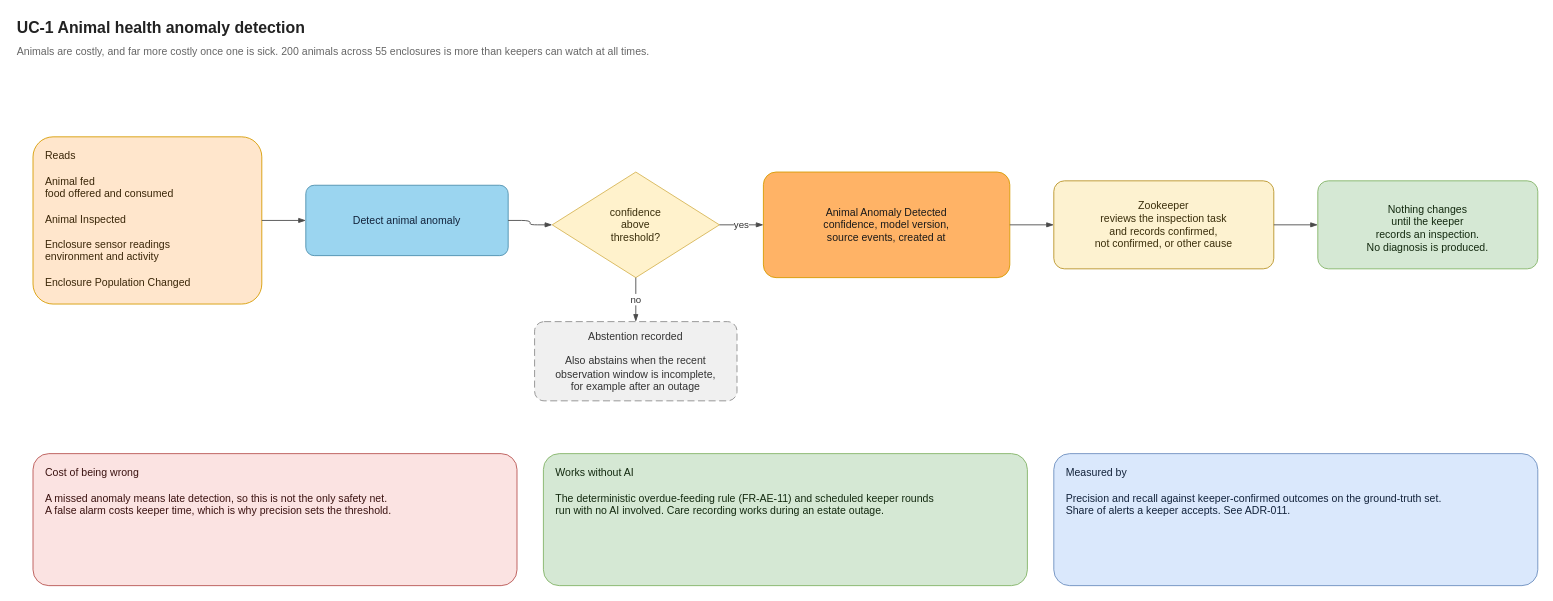
malloc37/ByteDojoArchiKata2026 keeps this draw.io diagram as page "UC-1 Animal health anomaly" (2 of 4) of diagrams/ai-decision-support.drawio. Above is the earlier version. Source tidied: cells renumbered, new cells numbered last; positions are measured from the earlier drawing's top-left corner, leaving out a move shared by most shapes. Both pictures are drawn from the tidied source at 88%, with x=0, y=0 at pixel (15, 15).
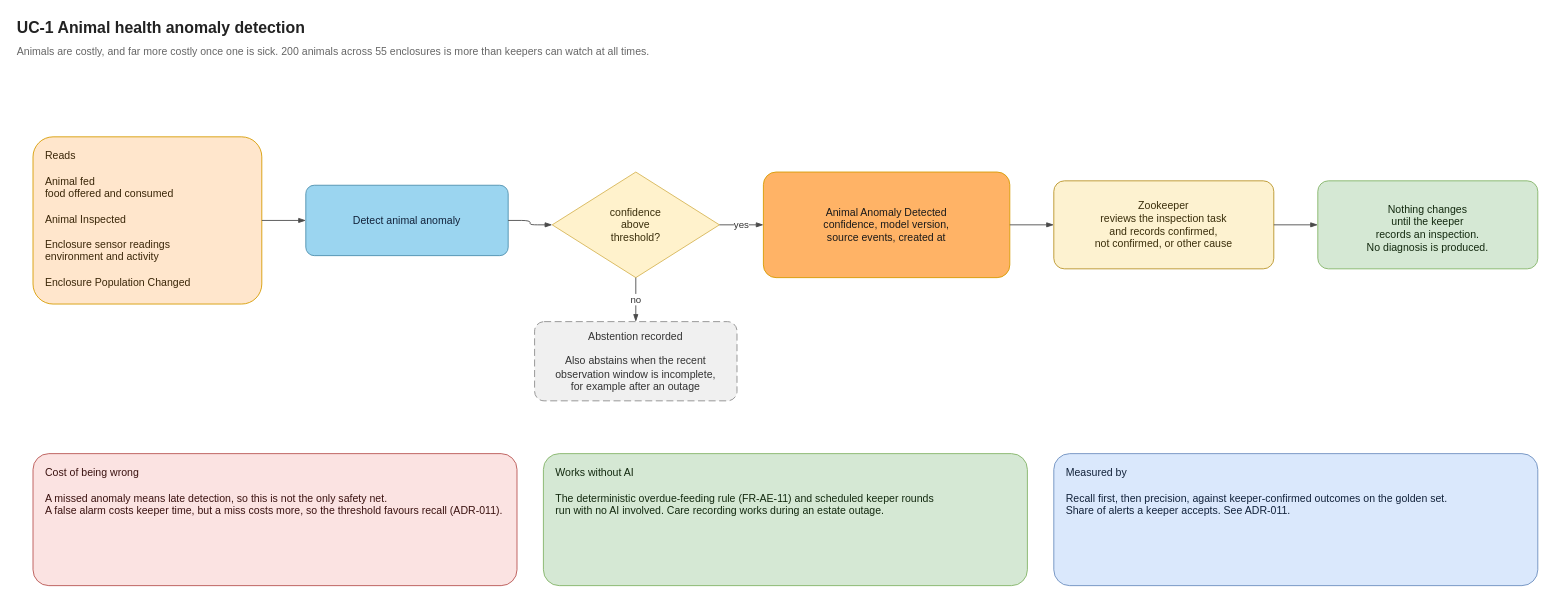
The same diagram, later.

Change to the diagram source:
```diff
@@
 <mxGraphModel>
   <root>
     <mxCell id="0" />
     <mxCell id="1" parent="0" />
     <mxCell id="2" value="UC-1  Animal health anomaly detection" style="text;html=1;align=left;verticalAlign=middle;fontSize=18;fontStyle=1;fontColor=#222222;" parent="1" vertex="1">
       <mxGeometry width="1400" height="30" as="geometry" />
     </mxCell>
     <mxCell id="3" value="Animals are costly, and far more costly once one is sick. 200 animals across 55 enclosures is more than keepers can watch at all times." style="text;html=1;align=left;verticalAlign=middle;fontSize=12;fontColor=#666666;" parent="1" vertex="1">
       <mxGeometry y="30" width="1500" height="22" as="geometry" />
     </mxCell>
     <mxCell id="4" value="Reads&#10;&#10;Animal fed&#10;food offered and consumed&#10;&#10;Animal Inspected&#10;&#10;Enclosure sensor readings&#10;environment and activity&#10;&#10;Enclosure Population Changed" style="rounded=1;whiteSpace=wrap;html=1;arcSize=12;fontSize=12;verticalAlign=middle;fillColor=#FFE6CC;strokeColor=#D79B00;fontColor=#3A2608;align=left;spacingLeft=12;verticalAlign=top;spacingTop=8;" parent="1" vertex="1">
       <mxGeometry x="20" y="138" width="260" height="190" as="geometry" />
     </mxCell>
     <mxCell id="5" value="Detect animal anomaly" style="rounded=1;whiteSpace=wrap;html=1;arcSize=12;fontSize=12;verticalAlign=middle;fillColor=#9BD5F0;strokeColor=#4D8FAD;fontColor=#12223A;" parent="1" vertex="1">
       <mxGeometry x="330" y="193" width="230" height="80" as="geometry" />
     </mxCell>
     <mxCell id="6" value="confidence&#10;above&#10;threshold?" style="rhombus;whiteSpace=wrap;html=1;fontSize=12;fillColor=#FFF2CC;strokeColor=#D6B656;fontColor=#3A2E0B;" parent="1" vertex="1">
       <mxGeometry x="610" y="178" width="190" height="120" as="geometry" />
     </mxCell>
     <mxCell id="7" value="Abstention recorded&#10;&#10;Also abstains when the recent&#10;observation window is incomplete,&#10;for example after an outage" style="rounded=1;whiteSpace=wrap;html=1;arcSize=12;fontSize=12;verticalAlign=middle;fillColor=#F0F0F0;strokeColor=#8C8C8C;fontColor=#333333;dashed=1;dashPattern=8 4;" parent="1" vertex="1">
       <mxGeometry x="590" y="348" width="230" height="90" as="geometry" />
     </mxCell>
     <mxCell id="8" value="Animal Anomaly Detected&#10;confidence, model version,&#10;source events, created at" style="rounded=1;whiteSpace=wrap;html=1;arcSize=12;fontSize=12;verticalAlign=middle;fillColor=#FFB366;strokeColor=#D79B00;fontColor=#1a1a1a;" parent="1" vertex="1">
       <mxGeometry x="850" y="178" width="280" height="120" as="geometry" />
     </mxCell>
     <mxCell id="9" value="Zookeeper&#10;reviews the inspection task&#10;and records confirmed,&#10;not confirmed, or other cause" style="rounded=1;whiteSpace=wrap;html=1;arcSize=12;fontSize=12;verticalAlign=middle;fillColor=#FDF2D0;strokeColor=#B99326;fontColor=#3A2E0B;" parent="1" vertex="1">
       <mxGeometry x="1180" y="188" width="250" height="100" as="geometry" />
     </mxCell>
     <mxCell id="10" value="Nothing changes&#10;until the keeper&#10;records an inspection.&#10;No diagnosis is produced." style="rounded=1;whiteSpace=wrap;html=1;arcSize=12;fontSize=12;verticalAlign=middle;fillColor=#D5E8D4;strokeColor=#82B366;fontColor=#13290F;align=left;spacingLeft=12;verticalAlign=top;spacingTop=8;align=center;verticalAlign=middle;spacingLeft=0;" parent="1" vertex="1">
       <mxGeometry x="1480" y="188" width="250" height="100" as="geometry" />
     </mxCell>
     <mxCell id="11" style="edgeStyle=orthogonalEdgeStyle;rounded=1;html=1;fontSize=11;endArrow=blockThin;endFill=1;strokeColor=#4A4A4A;labelBackgroundColor=#FFFFFF;fontColor=#333333;exitX=1;exitY=0.5;entryX=0;entryY=0.5;" parent="1" edge="1" source="4" target="5">
       <mxGeometry relative="1" as="geometry" />
     </mxCell>
     <mxCell id="12" style="edgeStyle=orthogonalEdgeStyle;rounded=1;html=1;fontSize=11;endArrow=blockThin;endFill=1;strokeColor=#4A4A4A;labelBackgroundColor=#FFFFFF;fontColor=#333333;exitX=1;exitY=0.5;entryX=0;entryY=0.5;" parent="1" edge="1" source="5" target="6">
       <mxGeometry relative="1" as="geometry" />
     </mxCell>
     <mxCell id="13" value="yes" style="edgeStyle=orthogonalEdgeStyle;rounded=1;html=1;fontSize=11;endArrow=blockThin;endFill=1;strokeColor=#4A4A4A;labelBackgroundColor=#FFFFFF;fontColor=#333333;exitX=1;exitY=0.5;entryX=0;entryY=0.5;" parent="1" edge="1" source="6" target="8">
       <mxGeometry relative="1" as="geometry" />
     </mxCell>
     <mxCell id="14" value="no" style="edgeStyle=orthogonalEdgeStyle;rounded=1;html=1;fontSize=11;endArrow=blockThin;endFill=1;strokeColor=#4A4A4A;labelBackgroundColor=#FFFFFF;fontColor=#333333;exitX=0.5;exitY=1;entryX=0.5;entryY=0;" parent="1" edge="1" source="6" target="7">
       <mxGeometry relative="1" as="geometry" />
     </mxCell>
     <mxCell id="15" style="edgeStyle=orthogonalEdgeStyle;rounded=1;html=1;fontSize=11;endArrow=blockThin;endFill=1;strokeColor=#4A4A4A;labelBackgroundColor=#FFFFFF;fontColor=#333333;exitX=1;exitY=0.5;entryX=0;entryY=0.5;" parent="1" edge="1" source="8" target="9">
       <mxGeometry relative="1" as="geometry" />
     </mxCell>
     <mxCell id="16" style="edgeStyle=orthogonalEdgeStyle;rounded=1;html=1;fontSize=11;endArrow=blockThin;endFill=1;strokeColor=#4A4A4A;labelBackgroundColor=#FFFFFF;fontColor=#333333;exitX=1;exitY=0.5;entryX=0;entryY=0.5;" parent="1" edge="1" source="9" target="10">
       <mxGeometry relative="1" as="geometry" />
     </mxCell>
-    <mxCell id="17" value="Cost of being wrong&#10;&#10;A missed anomaly means late detection, so this is not the only safety net.&#10;A false alarm costs keeper time, which is why precision sets the threshold." style="rounded=1;whiteSpace=wrap;html=1;arcSize=12;fontSize=12;verticalAlign=middle;fillColor=#FBE3E2;strokeColor=#B85450;fontColor=#3A1210;align=left;spacingLeft=12;verticalAlign=top;spacingTop=8;" parent="1" vertex="1">
+    <mxCell id="17" value="Cost of being wrong&#10;&#10;A missed anomaly means late detection, so this is not the only safety net.&#10;A false alarm costs keeper time, but a miss costs more, so the threshold favours recall (ADR-011)." style="rounded=1;whiteSpace=wrap;html=1;arcSize=12;fontSize=12;verticalAlign=middle;fillColor=#FBE3E2;strokeColor=#B85450;fontColor=#3A1210;align=left;spacingLeft=12;verticalAlign=top;spacingTop=8;" parent="1" vertex="1">
       <mxGeometry x="20" y="498" width="550" height="150" as="geometry" />
     </mxCell>
     <mxCell id="18" value="Works without AI&#10;&#10;The deterministic overdue-feeding rule (FR-AE-11) and scheduled keeper rounds&#10;run with no AI involved. Care recording works during an estate outage." style="rounded=1;whiteSpace=wrap;html=1;arcSize=12;fontSize=12;verticalAlign=middle;fillColor=#D5E8D4;strokeColor=#82B366;fontColor=#13290F;align=left;spacingLeft=12;verticalAlign=top;spacingTop=8;" parent="1" vertex="1">
       <mxGeometry x="600" y="498" width="550" height="150" as="geometry" />
     </mxCell>
-    <mxCell id="19" value="Measured by&#10;&#10;Precision and recall against keeper-confirmed outcomes on the ground-truth set.&#10;Share of alerts a keeper accepts. See ADR-011." style="rounded=1;whiteSpace=wrap;html=1;arcSize=12;fontSize=12;verticalAlign=middle;fillColor=#DAE8FC;strokeColor=#6C8EBF;fontColor=#12223A;align=left;spacingLeft=12;verticalAlign=top;spacingTop=8;" parent="1" vertex="1">
+    <mxCell id="19" value="Measured by&#10;&#10;Recall first, then precision, against keeper-confirmed outcomes on the golden set.&#10;Share of alerts a keeper accepts. See ADR-011." style="rounded=1;whiteSpace=wrap;html=1;arcSize=12;fontSize=12;verticalAlign=middle;fillColor=#DAE8FC;strokeColor=#6C8EBF;fontColor=#12223A;align=left;spacingLeft=12;verticalAlign=top;spacingTop=8;" parent="1" vertex="1">
       <mxGeometry x="1180" y="498" width="550" height="150" as="geometry" />
     </mxCell>
   </root>
 </mxGraphModel>
```
